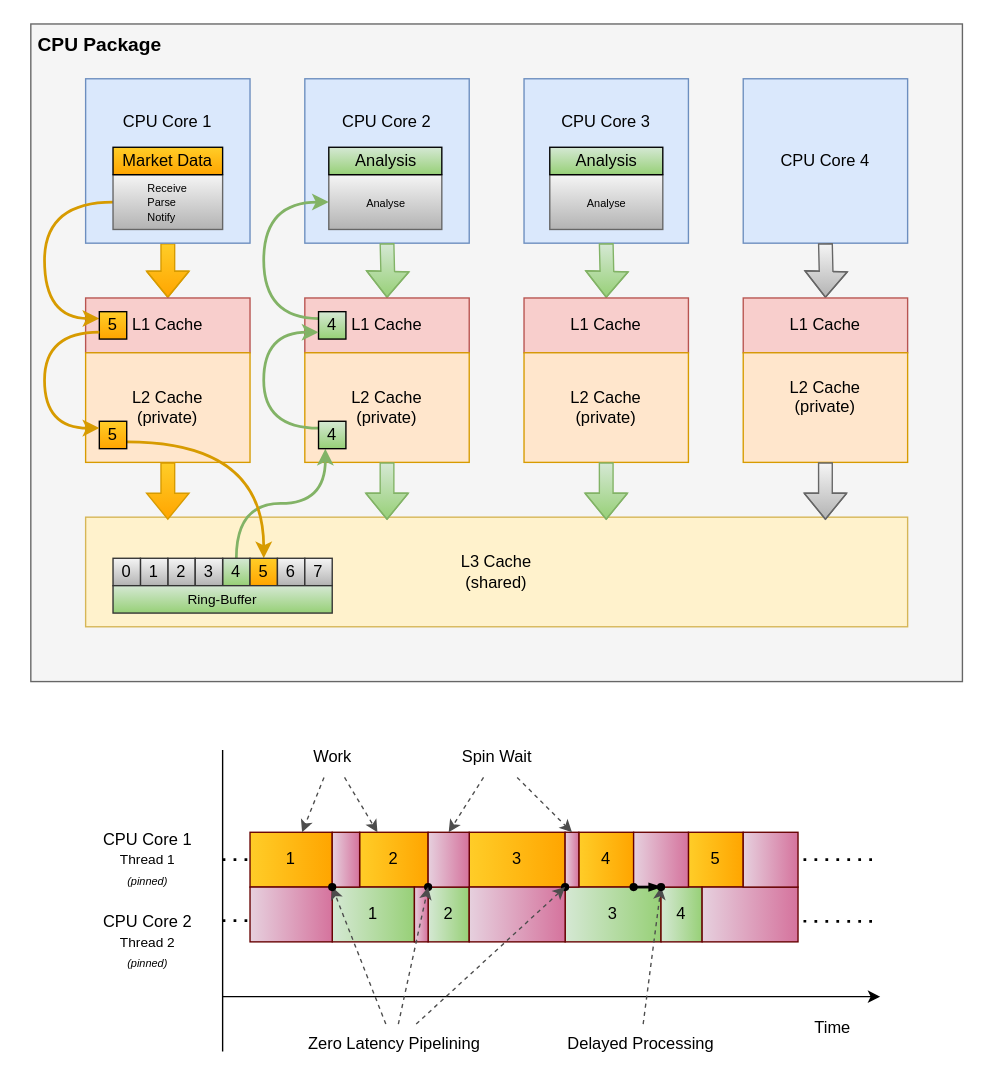
Before: src/Diagrams/Pipelining.drawio in sadhbh-c0d3/cc-docs, a draw.io diagram. Source tidied: cells renumbered, new cells numbered last; positions are measured from the earlier drawing's top-left corner, leaving out a move shared by most shapes. Both pictures are drawn from the tidied source at 137%, with x=0, y=0 at pixel (23, 23).
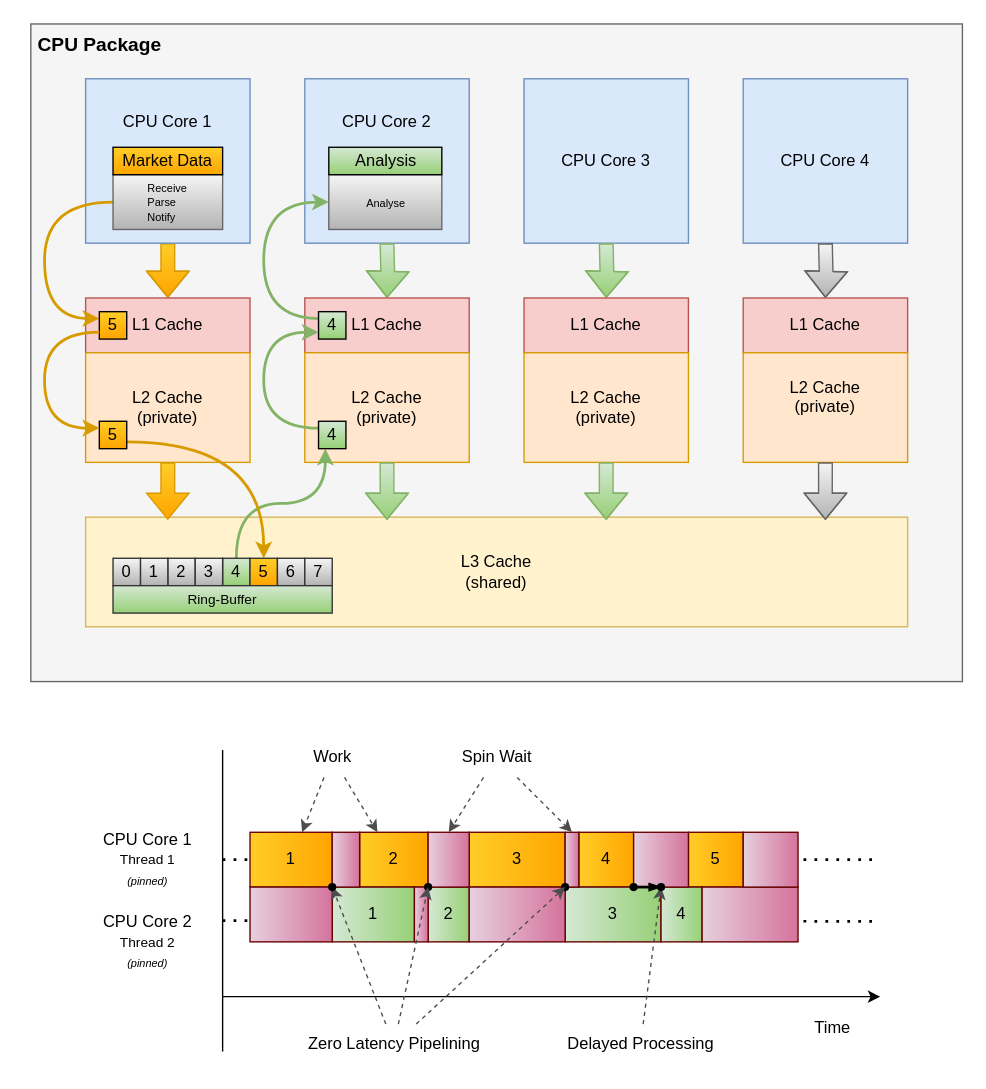
The same diagram, later.

Commit message (it also covers changes not shown here):
Updated Low Latency Gal presents

What changed in the source:
```diff
@@
-    <mxCell id="6" value="CPU Core 3&lt;div&gt;&lt;br&gt;&lt;/div&gt;&lt;div&gt;&lt;br&gt;&lt;/div&gt;&lt;div&gt;&lt;br&gt;&lt;/div&gt;&lt;div&gt;&lt;br&gt;&lt;/div&gt;" style="rounded=0;whiteSpace=wrap;html=1;fillColor=#dae8fc;strokeColor=#6c8ebf;" parent="1" vertex="1">
+    <mxCell id="6" value="CPU Core 3" style="rounded=0;whiteSpace=wrap;html=1;fillColor=#dae8fc;strokeColor=#6c8ebf;" parent="1" vertex="1">
       <mxGeometry x="365" y="40" width="120" height="120" as="geometry" />
     </mxCell>
@@
-    <mxCell id="48" value="&lt;span style=&quot;font-size: 8px; text-align: left;&quot;&gt;Analyse&lt;/span&gt;" style="rounded=0;whiteSpace=wrap;html=1;fillColor=#f5f5f5;gradientColor=#b3b3b3;strokeColor=#666666;" parent="1" vertex="1">
-      <mxGeometry x="383.8" y="110" width="82.5" height="40" as="geometry" />
-    </mxCell>
-    <mxCell id="49" value="Analysis" style="rounded=0;whiteSpace=wrap;html=1;fillColor=#d5e8d4;gradientColor=#97d077;strokeColor=#000000;" parent="1" vertex="1">
-      <mxGeometry x="383.8" y="90" width="82.5" height="20" as="geometry" />
-    </mxCell>
```
